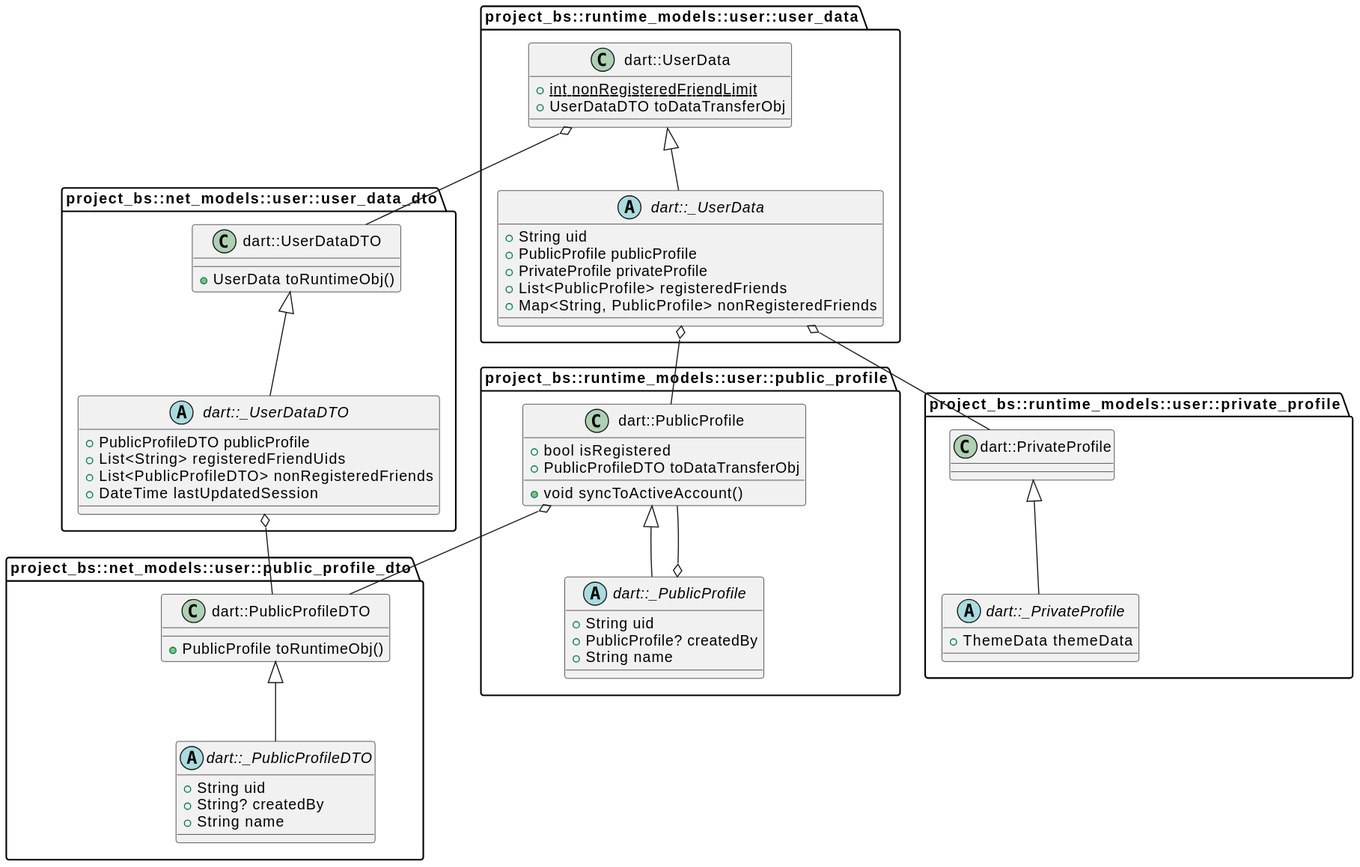
splitit-app/splitit keeps this PlantUML diagram as doc/userUML.svg. Above is the earlier version.
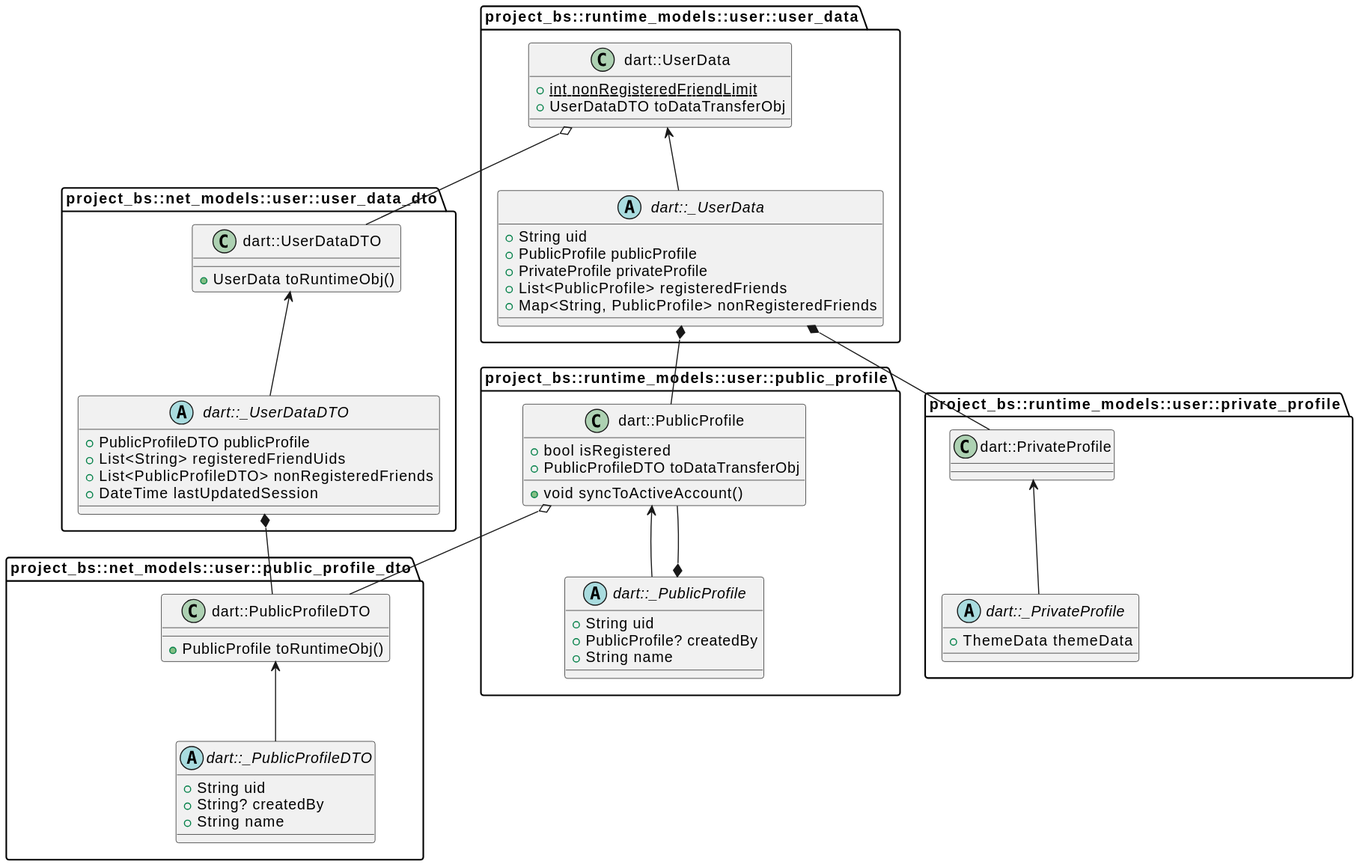
The same file after the commit.

What changed in the source:
```diff
@@ -8,7 +8,7 @@
     +String? createdBy
     +String name
 }
-"project_bs::net_models::user::public_profile_dto.dart::PublicProfileDTO" <|-- "project_bs::net_models::user::public_profile_dto.dart::_PublicProfileDTO"
+"project_bs::net_models::user::public_profile_dto.dart::PublicProfileDTO" <-- "project_bs::net_models::user::public_profile_dto.dart::_PublicProfileDTO"
 
 class "project_bs::net_models::user::user_data_dto.dart::UserDataDTO" {
     +UserData toRuntimeObj()
@@ -20,8 +20,8 @@
     +List<PublicProfileDTO> nonRegisteredFriends
     +DateTime lastUpdatedSession
 }
-"project_bs::net_models::user::user_data_dto.dart::_UserDataDTO" o-- "project_bs::net_models::user::public_profile_dto.dart::PublicProfileDTO"
-"project_bs::net_models::user::user_data_dto.dart::UserDataDTO" <|-- "project_bs::net_models::user::user_data_dto.dart::_UserDataDTO"
+"project_bs::net_models::user::user_data_dto.dart::_UserDataDTO" *-- "project_bs::net_models::user::public_profile_dto.dart::PublicProfileDTO"
+"project_bs::net_models::user::user_data_dto.dart::UserDataDTO" <-- "project_bs::net_models::user::user_data_dto.dart::_UserDataDTO"
 
 class "project_bs::runtime_models::user::private_profile.dart::PrivateProfile" {
 }
@@ -29,7 +29,7 @@
 abstract class "project_bs::runtime_models::user::private_profile.dart::_PrivateProfile" {
     +ThemeData themeData
 }
-"project_bs::runtime_models::user::private_profile.dart::PrivateProfile" <|-- "project_bs::runtime_models::user::private_profile.dart::_PrivateProfile"
+"project_bs::runtime_models::user::private_profile.dart::PrivateProfile" <-- "project_bs::runtime_models::user::private_profile.dart::_PrivateProfile"
 
 class "project_bs::runtime_models::user::public_profile.dart::PublicProfile" {
     +bool isRegistered
@@ -43,8 +43,8 @@
     +PublicProfile? createdBy
     +String name
 }
-"project_bs::runtime_models::user::public_profile.dart::_PublicProfile" o-- "project_bs::runtime_models::user::public_profile.dart::PublicProfile"
-"project_bs::runtime_models::user::public_profile.dart::PublicProfile" <|-- "project_bs::runtime_models::user::public_profile.dart::_PublicProfile"
+"project_bs::runtime_models::user::public_profile.dart::_PublicProfile" *-- "project_bs::runtime_models::user::public_profile.dart::PublicProfile"
+"project_bs::runtime_models::user::public_profile.dart::PublicProfile" <-- "project_bs::runtime_models::user::public_profile.dart::_PublicProfile"
 
 class "project_bs::runtime_models::user::user_data.dart::UserData" {
     {static} +int nonRegisteredFriendLimit
@@ -59,7 +59,7 @@
     +List<PublicProfile> registeredFriends
     +Map<String, PublicProfile> nonRegisteredFriends
 }
-"project_bs::runtime_models::user::user_data.dart::_UserData" o-- "project_bs::runtime_models::user::public_profile.dart::PublicProfile"
-"project_bs::runtime_models::user::user_data.dart::_UserData" o-- "project_bs::runtime_models::user::private_profile.dart::PrivateProfile"
-"project_bs::runtime_models::user::user_data.dart::UserData" <|-- "project_bs::runtime_models::user::user_data.dart::_UserData"
+"project_bs::runtime_models::user::user_data.dart::_UserData" *-- "project_bs::runtime_models::user::public_profile.dart::PublicProfile"
+"project_bs::runtime_models::user::user_data.dart::_UserData" *-- "project_bs::runtime_models::user::private_profile.dart::PrivateProfile"
+"project_bs::runtime_models::user::user_data.dart::UserData" <-- "project_bs::runtime_models::user::user_data.dart::_UserData"
 @enduml
```
